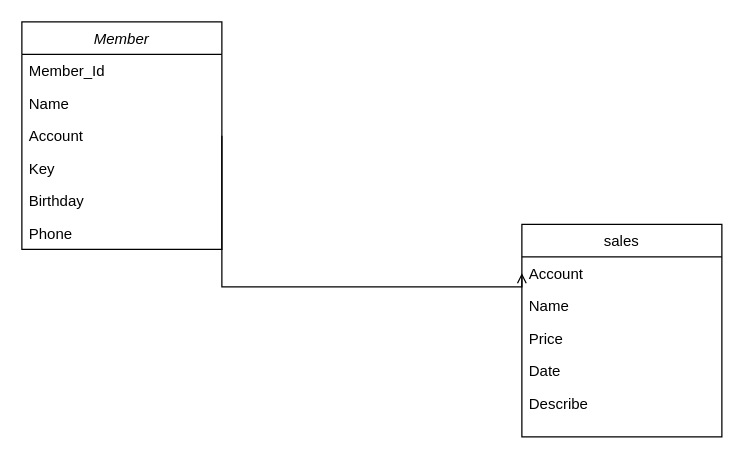
This is 資料庫關聯圖.drawio from kuso19970916/Penny, a draw.io file, before an edit. Source tidied: cells renumbered, new cells numbered last; positions are measured from the earlier drawing's top-left corner, leaving out a move shared by most shapes. Both pictures are drawn from the tidied source at 125%, with x=0, y=0 at pixel (21, 21).
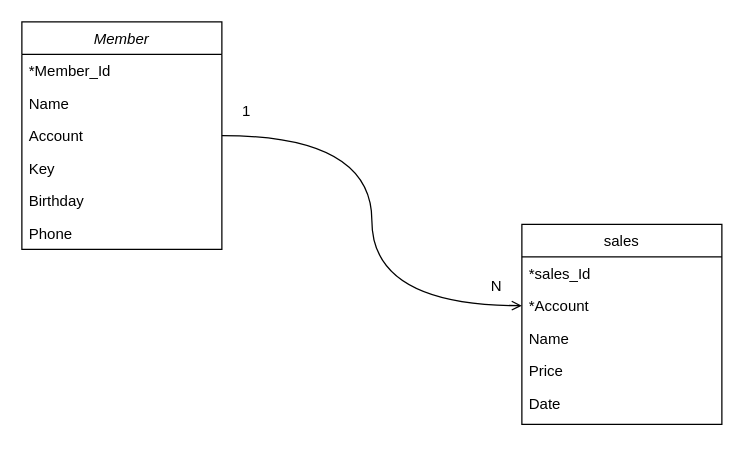
The same page after the edit.

Commit message:
更新關聯圖.drawio

Change to the diagram source:
```diff
@@
 <mxGraphModel>
   <root>
     <mxCell id="0" />
     <mxCell id="1" parent="0" />
     <mxCell id="2" value="Member" style="swimlane;fontStyle=2;align=center;verticalAlign=top;horizontal=1;startSize=26;rounded=0;shadow=0;strokeWidth=1;" parent="1" vertex="1">
       <mxGeometry width="160" height="182" as="geometry" />
     </mxCell>
-    <mxCell id="3" value="Member_Id" style="text;align=left;verticalAlign=top;spacingLeft=4;spacingRight=4;overflow=hidden;" parent="2" vertex="1">
+    <mxCell id="3" value="*Member_Id" style="text;align=left;verticalAlign=top;spacingLeft=4;spacingRight=4;overflow=hidden;" parent="2" vertex="1">
       <mxGeometry y="26" width="160" height="26" as="geometry" />
     </mxCell>
     <mxCell id="4" value="Name" style="text;align=left;verticalAlign=top;spacingLeft=4;spacingRight=4;overflow=hidden;" parent="2" vertex="1">
       <mxGeometry y="52" width="160" height="26" as="geometry" />
     </mxCell>
     <mxCell id="5" value="Account" style="text;align=left;verticalAlign=top;spacingLeft=4;spacingRight=4;overflow=hidden;points=[[0,0.5],[1,0.5]];portConstraint=eastwest;rounded=0;shadow=0;html=0;" parent="2" vertex="1">
       <mxGeometry y="78" width="160" height="26" as="geometry" />
     </mxCell>
     <mxCell id="6" value="Key" style="text;align=left;verticalAlign=top;spacingLeft=4;spacingRight=4;overflow=hidden;rounded=0;shadow=0;html=0;" parent="2" vertex="1">
       <mxGeometry y="104" width="160" height="26" as="geometry" />
     </mxCell>
     <mxCell id="7" value="Birthday" style="text;align=left;verticalAlign=top;spacingLeft=4;spacingRight=4;overflow=hidden;rounded=0;shadow=0;html=0;" parent="2" vertex="1">
       <mxGeometry y="130" width="160" height="26" as="geometry" />
     </mxCell>
     <mxCell id="8" value="Phone" style="text;align=left;verticalAlign=top;spacingLeft=4;spacingRight=4;overflow=hidden;rounded=0;shadow=0;html=0;" parent="2" vertex="1">
       <mxGeometry y="156" width="160" height="26" as="geometry" />
     </mxCell>
     <mxCell id="9" value="sales" style="swimlane;fontStyle=0;align=center;verticalAlign=top;horizontal=1;startSize=26;rounded=0;shadow=0;strokeWidth=1;" parent="1" vertex="1">
-      <mxGeometry x="400" y="162" width="160" height="170" as="geometry" />
+      <mxGeometry x="400" y="162" width="160" height="160" as="geometry" />
     </mxCell>
+    <mxCell id="16" value="*sales_Id" style="text;align=left;verticalAlign=top;spacingLeft=4;spacingRight=4;overflow=hidden;rounded=0;shadow=0;html=0;" parent="9" vertex="1">
+      <mxGeometry y="26" width="160" height="26" as="geometry" />
+    </mxCell>
-    <mxCell id="10" value="Account" style="text;align=left;verticalAlign=top;spacingLeft=4;spacingRight=4;overflow=hidden;points=[[0,0.5],[1,0.5]];portConstraint=eastwest;rounded=0;shadow=0;html=0;" parent="9" vertex="1">
-      <mxGeometry y="26" width="160" height="26" as="geometry" />
+    <mxCell id="10" value="*Account" style="text;align=left;verticalAlign=top;spacingLeft=4;spacingRight=4;overflow=hidden;points=[[0,0.5],[1,0.5]];portConstraint=eastwest;rounded=0;shadow=0;html=0;" parent="9" vertex="1">
+      <mxGeometry y="52" width="160" height="26" as="geometry" />
     </mxCell>
     <mxCell id="11" value="Name" style="text;align=left;verticalAlign=top;spacingLeft=4;spacingRight=4;overflow=hidden;" parent="9" vertex="1">
-      <mxGeometry y="52" width="160" height="26" as="geometry" />
+      <mxGeometry y="78" width="160" height="26" as="geometry" />
     </mxCell>
     <mxCell id="12" value="Price" style="text;align=left;verticalAlign=top;spacingLeft=4;spacingRight=4;overflow=hidden;rounded=0;shadow=0;html=0;" parent="9" vertex="1">
-      <mxGeometry y="78" width="160" height="26" as="geometry" />
+      <mxGeometry y="104" width="160" height="26" as="geometry" />
     </mxCell>
     <mxCell id="13" value="Date" style="text;align=left;verticalAlign=top;spacingLeft=4;spacingRight=4;overflow=hidden;rounded=0;shadow=0;html=0;" parent="9" vertex="1">
-      <mxGeometry y="104" width="160" height="26" as="geometry" />
+      <mxGeometry y="130" width="160" height="26" as="geometry" />
     </mxCell>
-    <mxCell id="14" value="Describe" style="text;align=left;verticalAlign=top;spacingLeft=4;spacingRight=4;overflow=hidden;rounded=0;shadow=0;html=0;" parent="9" vertex="1">
-      <mxGeometry y="130" width="160" height="26" as="geometry" />
-    </mxCell>
+    <mxCell id="17" style="group;" parent="1" vertex="1">
+      <mxGeometry x="160" y="62" width="240" height="160" as="geometry" />
+    </mxCell>
-    <mxCell id="15" style="endArrow=open;shadow=0;strokeWidth=1;rounded=0;endFill=1;edgeStyle=elbowEdgeStyle;elbow=vertical;entryX=0;entryY=0.5;entryDx=0;entryDy=0;" parent="1" edge="1" target="10">
+    <mxCell id="15" style="endArrow=open;shadow=0;strokeWidth=1;rounded=0;endFill=1;edgeStyle=orthogonalEdgeStyle;elbow=vertical;entryX=0;entryY=0.5;entryDx=0;entryDy=0;exitX=1;exitY=0.5;exitDx=0;exitDy=0;curved=1;" parent="17" edge="1" source="5" target="10">
       <mxGeometry x="0.5" y="41" relative="1" as="geometry">
-        <mxPoint x="160" y="91" as="sourcePoint" />
-        <Array as="points">
-          <mxPoint x="210" y="212" />
-          <mxPoint x="230" y="272" />
-          <mxPoint x="330" y="152" />
-          <mxPoint x="350" y="132" />
-        </Array>
         <mxPoint x="-40" y="32" as="offset" />
       </mxGeometry>
     </mxCell>
+    <mxCell id="18" value="1" style="text;html=1;strokeColor=none;fillColor=none;align=center;verticalAlign=middle;whiteSpace=wrap;rounded=0;" parent="17" vertex="1">
+      <mxGeometry width="40" height="20" as="geometry" />
+    </mxCell>
+    <mxCell id="19" value="N" style="text;html=1;strokeColor=none;fillColor=none;align=center;verticalAlign=middle;whiteSpace=wrap;rounded=0;" parent="17" vertex="1">
+      <mxGeometry x="200" y="140" width="40" height="20" as="geometry" />
+    </mxCell>
   </root>
 </mxGraphModel>
```
